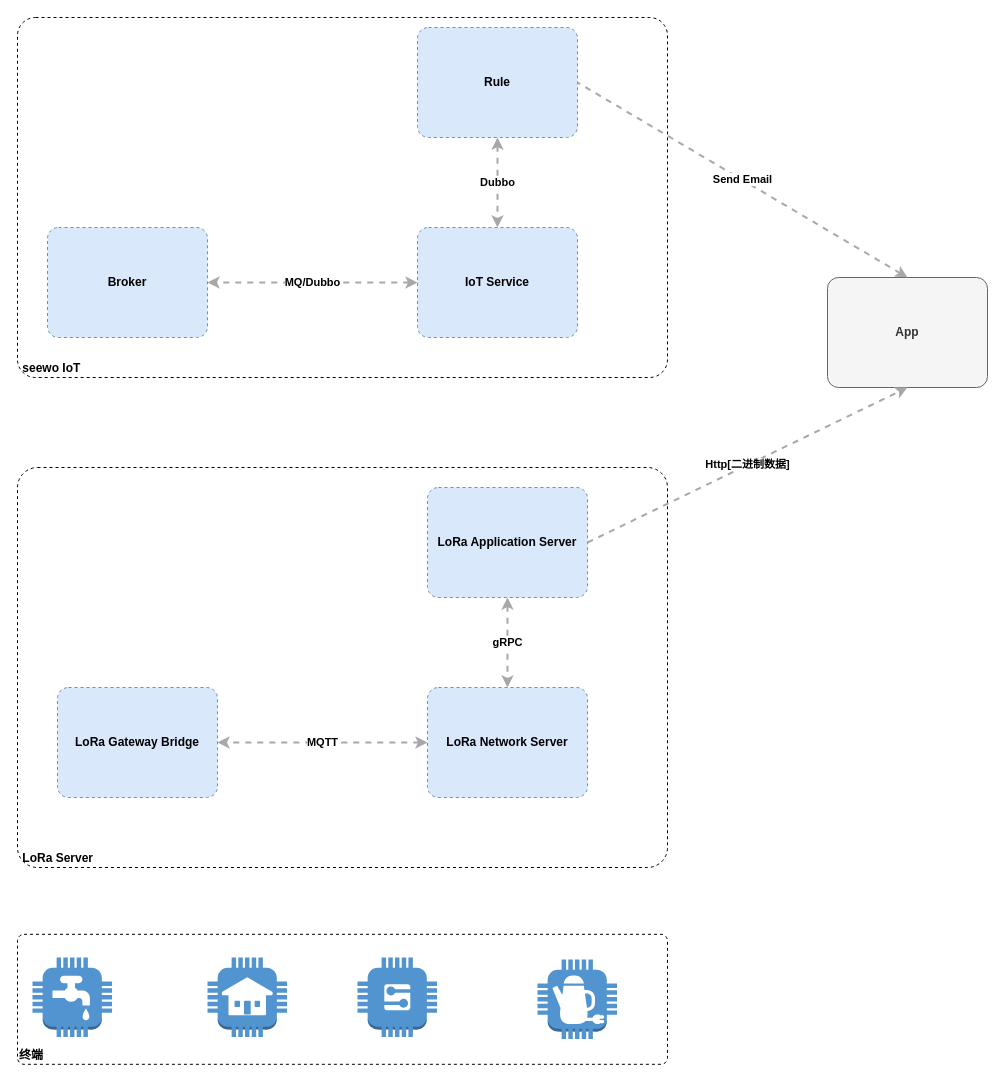
The draw.io diagram seewo/drawio/设备协议统一.drawio in yzzh9/yzzh9, before the edit. Source tidied: cells renumbered, new cells numbered last; positions are measured from the earlier drawing's top-left corner, leaving out a move shared by most shapes. Both pictures are drawn from the tidied source at 100%, with x=0, y=0 at pixel (17, 17).
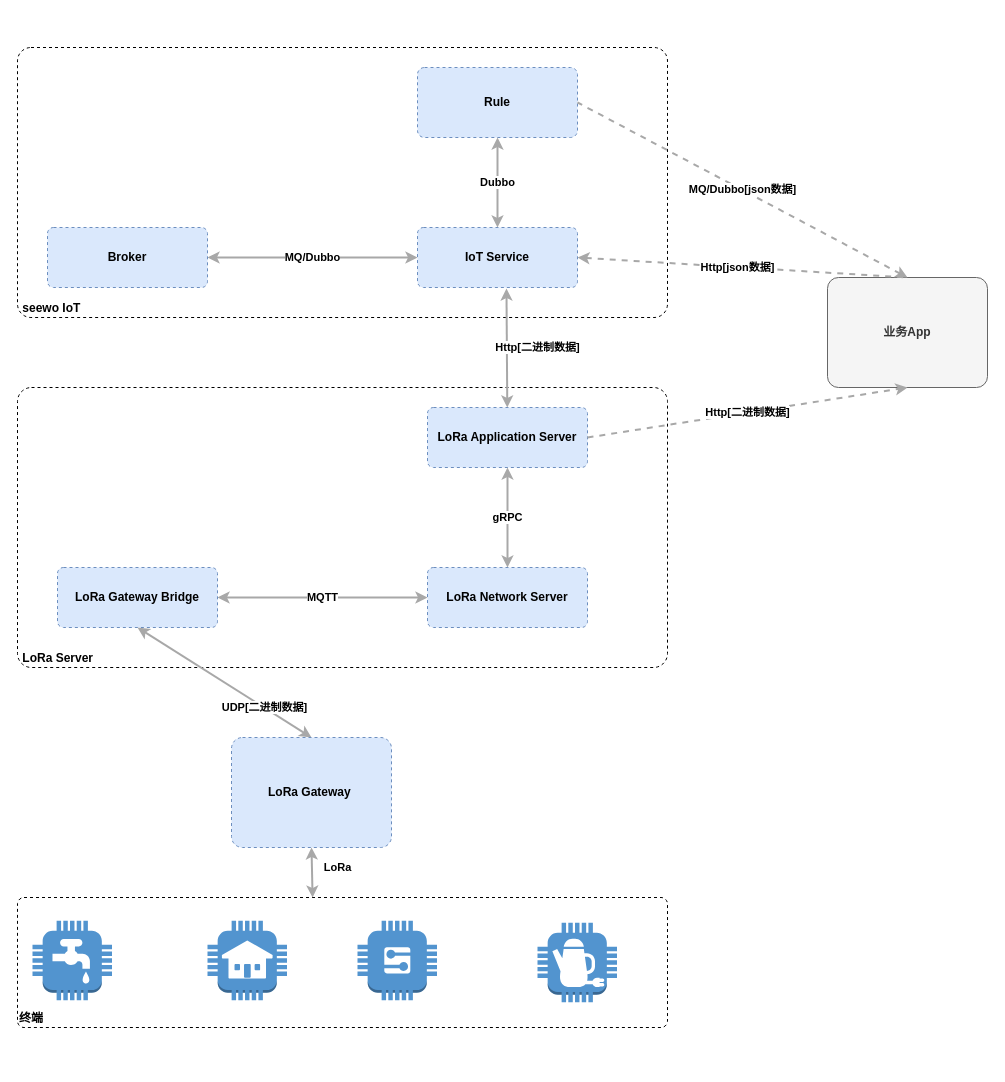
The same diagram, later.

Commit message (it also covers changes not shown here):
更新设备协议统一.drawio

What changed in the source:
```diff
@@
     <mxCell id="2" value="&lt;div style=&quot;text-align: left&quot;&gt;&lt;b style=&quot;text-align: center&quot;&gt;&amp;nbsp;LoRa Server&lt;/b&gt;&lt;br&gt;&lt;/div&gt;" style="rounded=1;whiteSpace=wrap;html=1;labelBackgroundColor=none;fillColor=#ffffff;fontColor=#000000;align=left;arcSize=5;strokeColor=#000000;verticalAlign=bottom;dashed=1;" parent="1" vertex="1">
-      <mxGeometry y="450" width="650" height="400" as="geometry" />
+      <mxGeometry y="370" width="650" height="280" as="geometry" />
     </mxCell>
     <mxCell id="3" value="&lt;b&gt;LoRa Application Server&lt;br&gt;&lt;/b&gt;" style="rounded=1;whiteSpace=wrap;html=1;labelBackgroundColor=none;fillColor=#dae8fc;fontColor=#000000;align=center;arcSize=10;strokeColor=#6c8ebf;points=[[0.25,0,0],[0.5,0,0],[0.75,0,0],[1,0.25,0],[1,0.5,0],[1,0.75,0],[0.75,1,0],[0.5,1,0],[0.25,1,0],[0,0.75,0],[0,0.5,0],[0,0.25,0]];dashed=1;" parent="1" vertex="1">
-      <mxGeometry x="410" y="470" width="160" height="110" as="geometry" />
+      <mxGeometry x="410" y="390" width="160" height="60" as="geometry" />
     </mxCell>
     <mxCell id="4" value="&lt;b&gt;LoRa Network Server&lt;/b&gt;" style="rounded=1;whiteSpace=wrap;html=1;labelBackgroundColor=none;fillColor=#dae8fc;fontColor=#000000;align=center;arcSize=10;strokeColor=#6c8ebf;points=[[0.25,0,0],[0.5,0,0],[0.75,0,0],[1,0.25,0],[1,0.5,0],[1,0.75,0],[0.75,1,0],[0.5,1,0],[0.25,1,0],[0,0.75,0],[0,0.5,0],[0,0.25,0]];dashed=1;" parent="1" vertex="1">
-      <mxGeometry x="410" y="670" width="160" height="110" as="geometry" />
+      <mxGeometry x="410" y="550" width="160" height="60" as="geometry" />
     </mxCell>
-    <mxCell id="5" value="&lt;b&gt;App&lt;/b&gt;" style="rounded=1;whiteSpace=wrap;html=1;labelBackgroundColor=none;fillColor=#f5f5f5;fontColor=#333333;align=center;arcSize=10;strokeColor=#666666;points=[[0.25,0,0],[0.5,0,0],[0.75,0,0],[1,0.25,0],[1,0.5,0],[1,0.75,0],[0.75,1,0],[0.5,1,0],[0.25,1,0],[0,0.75,0],[0,0.5,0],[0,0.25,0]];" parent="1" vertex="1">
+    <mxCell id="5" value="&lt;b&gt;业务App&lt;/b&gt;" style="rounded=1;whiteSpace=wrap;html=1;labelBackgroundColor=none;fillColor=#f5f5f5;fontColor=#333333;align=center;arcSize=10;strokeColor=#666666;points=[[0.25,0,0],[0.5,0,0],[0.75,0,0],[1,0.25,0],[1,0.5,0],[1,0.75,0],[0.75,1,0],[0.5,1,0],[0.25,1,0],[0,0.75,0],[0,0.5,0],[0,0.25,0]];" parent="1" vertex="1">
       <mxGeometry x="810" y="260" width="160" height="110" as="geometry" />
     </mxCell>
-    <mxCell id="6" value="&lt;div style=&quot;text-align: left&quot;&gt;&lt;div style=&quot;text-align: center&quot;&gt;&lt;b&gt;gRPC&lt;/b&gt;&lt;/div&gt;&lt;/div&gt;" style="edgeStyle=none;rounded=0;html=1;jettySize=auto;strokeColor=#A8A8A8;strokeWidth=2;fontColor=#000000;jumpStyle=none;dashed=1;exitX=0.5;exitY=1;exitDx=0;exitDy=0;exitPerimeter=0;startArrow=classic;startFill=1;" parent="1" edge="1" source="3" target="4">
+    <mxCell id="6" value="&lt;div style=&quot;text-align: left&quot;&gt;&lt;div style=&quot;text-align: center&quot;&gt;&lt;b&gt;gRPC&lt;/b&gt;&lt;/div&gt;&lt;/div&gt;" style="edgeStyle=none;rounded=0;html=1;jettySize=auto;strokeColor=#A8A8A8;strokeWidth=2;fontColor=#000000;jumpStyle=none;exitX=0.5;exitY=1;exitDx=0;exitDy=0;exitPerimeter=0;startArrow=classic;startFill=1;" parent="1" edge="1" source="3" target="4">
       <mxGeometry relative="1" as="geometry" />
     </mxCell>
-    <mxCell id="7" value="&lt;div style=&quot;text-align: left&quot;&gt;&lt;div style=&quot;text-align: center&quot;&gt;&lt;b&gt;MQTT&lt;/b&gt;&lt;/div&gt;&lt;/div&gt;" style="edgeStyle=none;rounded=0;html=1;jettySize=auto;strokeColor=#A8A8A8;strokeWidth=2;fontColor=#000000;jumpStyle=none;dashed=1;exitX=0;exitY=0.5;exitDx=0;exitDy=0;exitPerimeter=0;startArrow=classic;startFill=1;" parent="1" edge="1" source="4">
-      <mxGeometry relative="1" as="geometry">
-        <mxPoint x="200" y="725" as="targetPoint" />
-      </mxGeometry>
+    <mxCell id="7" value="&lt;div style=&quot;text-align: left&quot;&gt;&lt;div style=&quot;text-align: center&quot;&gt;&lt;b&gt;MQTT&lt;/b&gt;&lt;/div&gt;&lt;/div&gt;" style="edgeStyle=none;rounded=0;html=1;jettySize=auto;strokeColor=#A8A8A8;strokeWidth=2;fontColor=#000000;jumpStyle=none;exitX=0;exitY=0.5;exitDx=0;exitDy=0;exitPerimeter=0;startArrow=classic;startFill=1;entryX=1;entryY=0.5;entryDx=0;entryDy=0;entryPerimeter=0;" parent="1" edge="1" source="4" target="14">
+      <mxGeometry relative="1" as="geometry" />
     </mxCell>
@@
     <mxCell id="9" value="&lt;div style=&quot;text-align: left&quot;&gt;&lt;b style=&quot;text-align: center&quot;&gt;终端&lt;/b&gt;&lt;br&gt;&lt;/div&gt;" style="rounded=1;whiteSpace=wrap;html=1;labelBackgroundColor=none;fillColor=#ffffff;fontColor=#000000;align=left;arcSize=5;strokeColor=#000000;verticalAlign=bottom;points=[[0.25,0,0],[0.5,0,0],[0.75,0,0],[1,0.25,0],[1,0.5,0],[1,0.75,0],[0.75,1,0],[0.5,1,0],[0.25,1,0],[0,0.75,0],[0,0.5,0],[0,0.25,0]];dashed=1;" parent="1" vertex="1">
-      <mxGeometry y="916.8" width="650" height="130" as="geometry" />
+      <mxGeometry y="880" width="650" height="130" as="geometry" />
     </mxCell>
     <mxCell id="10" style="dashed=0;verticalLabelPosition=bottom;verticalAlign=top;align=center;html=1;shape=mxgraph.aws3.utility;fillColor=#5294CF;gradientColor=none;" parent="1" vertex="1">
-      <mxGeometry x="15" y="940" width="79.5" height="79.5" as="geometry" />
+      <mxGeometry x="15" y="903.2" width="79.5" height="79.5" as="geometry" />
     </mxCell>
     <mxCell id="11" style="dashed=0;verticalLabelPosition=bottom;verticalAlign=top;align=center;html=1;shape=mxgraph.aws3.house;fillColor=#5294CF;gradientColor=none;" parent="1" vertex="1">
-      <mxGeometry x="190" y="940" width="79.5" height="79.5" as="geometry" />
+      <mxGeometry x="190" y="903.2" width="79.5" height="79.5" as="geometry" />
     </mxCell>
     <mxCell id="12" style="dashed=0;verticalLabelPosition=bottom;verticalAlign=top;align=center;html=1;shape=mxgraph.aws3.generic;fillColor=#5294CF;gradientColor=none;" parent="1" vertex="1">
-      <mxGeometry x="340" y="940" width="79.5" height="79.5" as="geometry" />
+      <mxGeometry x="340" y="903.2" width="79.5" height="79.5" as="geometry" />
     </mxCell>
     <mxCell id="13" style="dashed=0;verticalLabelPosition=bottom;verticalAlign=top;align=center;html=1;shape=mxgraph.aws3.coffee_pot;fillColor=#5294CF;gradientColor=none;" parent="1" vertex="1">
-      <mxGeometry x="520" y="942" width="79.5" height="79.5" as="geometry" />
+      <mxGeometry x="520" y="905.2" width="79.5" height="79.5" as="geometry" />
     </mxCell>
     <mxCell id="14" value="&lt;b&gt;LoRa Gateway Bridge&lt;/b&gt;" style="rounded=1;whiteSpace=wrap;html=1;labelBackgroundColor=none;fillColor=#dae8fc;fontColor=#000000;align=center;arcSize=10;strokeColor=#6c8ebf;points=[[0.25,0,0],[0.5,0,0],[0.75,0,0],[1,0.25,0],[1,0.5,0],[1,0.75,0],[0.75,1,0],[0.5,1,0],[0.25,1,0],[0,0.75,0],[0,0.5,0],[0,0.25,0]];dashed=1;" parent="1" vertex="1">
-      <mxGeometry x="40" y="670" width="160" height="110" as="geometry" />
+      <mxGeometry x="40" y="550" width="160" height="60" as="geometry" />
     </mxCell>
     <mxCell id="15" value="&lt;div style=&quot;text-align: left&quot;&gt;&lt;b style=&quot;text-align: center&quot;&gt;&amp;nbsp;seewo IoT&lt;/b&gt;&lt;br&gt;&lt;/div&gt;" style="rounded=1;whiteSpace=wrap;html=1;labelBackgroundColor=none;fillColor=#ffffff;fontColor=#000000;align=left;arcSize=5;strokeColor=#000000;verticalAlign=bottom;dashed=1;" parent="1" vertex="1">
-      <mxGeometry width="650" height="360" as="geometry" />
+      <mxGeometry y="30" width="650" height="270" as="geometry" />
     </mxCell>
     <mxCell id="16" value="&lt;b&gt;Rule&lt;br&gt;&lt;/b&gt;" style="rounded=1;whiteSpace=wrap;html=1;labelBackgroundColor=none;fillColor=#dae8fc;fontColor=#000000;align=center;arcSize=10;strokeColor=#6c8ebf;points=[[0.25,0,0],[0.5,0,0],[0.75,0,0],[1,0.25,0],[1,0.5,0],[1,0.75,0],[0.75,1,0],[0.5,1,0],[0.25,1,0],[0,0.75,0],[0,0.5,0],[0,0.25,0]];dashed=1;" parent="1" vertex="1">
-      <mxGeometry x="400" y="10" width="160" height="110" as="geometry" />
+      <mxGeometry x="400" y="50" width="160" height="70" as="geometry" />
     </mxCell>
     <mxCell id="17" value="&lt;b&gt;IoT Service&lt;/b&gt;" style="rounded=1;whiteSpace=wrap;html=1;labelBackgroundColor=none;fillColor=#dae8fc;fontColor=#000000;align=center;arcSize=10;strokeColor=#6c8ebf;points=[[0.25,0,0],[0.5,0,0],[0.75,0,0],[1,0.25,0],[1,0.5,0],[1,0.75,0],[0.75,1,0],[0.5,1,0],[0.25,1,0],[0,0.75,0],[0,0.5,0],[0,0.25,0]];dashed=1;" parent="1" vertex="1">
-      <mxGeometry x="400" y="210" width="160" height="110" as="geometry" />
+      <mxGeometry x="400" y="210" width="160" height="60" as="geometry" />
     </mxCell>
-    <mxCell id="18" value="&lt;div style=&quot;text-align: left&quot;&gt;&lt;div style=&quot;text-align: center&quot;&gt;&lt;b&gt;Dubbo&lt;/b&gt;&lt;/div&gt;&lt;/div&gt;" style="edgeStyle=none;rounded=0;html=1;jettySize=auto;strokeColor=#A8A8A8;strokeWidth=2;fontColor=#000000;jumpStyle=none;dashed=1;exitX=0.5;exitY=1;exitDx=0;exitDy=0;exitPerimeter=0;startArrow=classic;startFill=1;" parent="1" edge="1" source="16" target="17">
+    <mxCell id="18" value="&lt;div style=&quot;text-align: left&quot;&gt;&lt;div style=&quot;text-align: center&quot;&gt;&lt;b&gt;Dubbo&lt;/b&gt;&lt;/div&gt;&lt;/div&gt;" style="edgeStyle=none;rounded=0;html=1;jettySize=auto;strokeColor=#A8A8A8;strokeWidth=2;fontColor=#000000;jumpStyle=none;exitX=0.5;exitY=1;exitDx=0;exitDy=0;exitPerimeter=0;startArrow=classic;startFill=1;" parent="1" edge="1" source="16" target="17">
       <mxGeometry relative="1" as="geometry" />
     </mxCell>
-    <mxCell id="19" value="&lt;div style=&quot;text-align: left&quot;&gt;&lt;div style=&quot;text-align: center&quot;&gt;&lt;b&gt;MQ/Dubbo&lt;/b&gt;&lt;/div&gt;&lt;/div&gt;" style="edgeStyle=none;rounded=0;html=1;jettySize=auto;strokeColor=#A8A8A8;strokeWidth=2;fontColor=#000000;jumpStyle=none;dashed=1;exitX=0;exitY=0.5;exitDx=0;exitDy=0;exitPerimeter=0;startArrow=classic;startFill=1;" parent="1" edge="1" source="17">
-      <mxGeometry relative="1" as="geometry">
-        <mxPoint x="190" y="265" as="targetPoint" />
-      </mxGeometry>
+    <mxCell id="19" value="&lt;div style=&quot;text-align: left&quot;&gt;&lt;div style=&quot;text-align: center&quot;&gt;&lt;b&gt;MQ/Dubbo&lt;/b&gt;&lt;/div&gt;&lt;/div&gt;" style="edgeStyle=none;rounded=0;html=1;jettySize=auto;strokeColor=#A8A8A8;strokeWidth=2;fontColor=#000000;jumpStyle=none;exitX=0;exitY=0.5;exitDx=0;exitDy=0;exitPerimeter=0;startArrow=classic;startFill=1;entryX=1;entryY=0.5;entryDx=0;entryDy=0;entryPerimeter=0;" parent="1" edge="1" source="17" target="20">
+      <mxGeometry relative="1" as="geometry" />
     </mxCell>
     <mxCell id="20" value="&lt;b&gt;Broker&lt;/b&gt;" style="rounded=1;whiteSpace=wrap;html=1;labelBackgroundColor=none;fillColor=#dae8fc;fontColor=#000000;align=center;arcSize=10;strokeColor=#6c8ebf;points=[[0.25,0,0],[0.5,0,0],[0.75,0,0],[1,0.25,0],[1,0.5,0],[1,0.75,0],[0.75,1,0],[0.5,1,0],[0.25,1,0],[0,0.75,0],[0,0.5,0],[0,0.25,0]];dashed=1;" parent="1" vertex="1">
-      <mxGeometry x="30" y="210" width="160" height="110" as="geometry" />
+      <mxGeometry x="30" y="210" width="160" height="60" as="geometry" />
     </mxCell>
-    <mxCell id="21" value="&lt;div style=&quot;text-align: left&quot;&gt;&lt;div style=&quot;text-align: center&quot;&gt;&lt;b&gt;Send Email&lt;/b&gt;&lt;/div&gt;&lt;/div&gt;" style="edgeStyle=none;rounded=0;html=1;jettySize=auto;strokeColor=#A8A8A8;strokeWidth=2;fontColor=#000000;jumpStyle=none;dashed=1;exitX=0.5;exitY=0;exitDx=0;exitDy=0;exitPerimeter=0;entryX=1;entryY=0.5;entryDx=0;entryDy=0;entryPerimeter=0;startArrow=classic;startFill=1;endArrow=none;endFill=0;" parent="1" edge="1" source="5" target="16">
+    <mxCell id="21" value="&lt;div style=&quot;text-align: left&quot;&gt;&lt;div style=&quot;text-align: center&quot;&gt;&lt;b&gt;MQ/Dubbo[json数据]&lt;/b&gt;&lt;/div&gt;&lt;/div&gt;" style="edgeStyle=none;rounded=0;html=1;jettySize=auto;strokeColor=#A8A8A8;strokeWidth=2;fontColor=#000000;jumpStyle=none;dashed=1;exitX=0.5;exitY=0;exitDx=0;exitDy=0;exitPerimeter=0;entryX=1;entryY=0.5;entryDx=0;entryDy=0;entryPerimeter=0;startArrow=classic;startFill=1;endArrow=none;endFill=0;" parent="1" edge="1" source="5" target="16">
       <mxGeometry relative="1" as="geometry" />
     </mxCell>
+    <mxCell id="22" value="&lt;div style=&quot;text-align: left&quot;&gt;&lt;div style=&quot;text-align: center&quot;&gt;&lt;b&gt;UDP[二进制数据]&lt;/b&gt;&lt;/div&gt;&lt;/div&gt;" style="edgeStyle=none;rounded=0;html=1;jettySize=auto;strokeColor=#A8A8A8;strokeWidth=2;fontColor=#000000;jumpStyle=none;startArrow=classic;startFill=1;exitX=0.5;exitY=1;exitDx=0;exitDy=0;exitPerimeter=0;entryX=0.5;entryY=0;entryDx=0;entryDy=0;entryPerimeter=0;" parent="1" edge="1" source="14" target="23">
+      <mxGeometry x="0.46" relative="1" as="geometry" />
+    </mxCell>
+    <mxCell id="23" value="&lt;b&gt;LoRa Gateway&amp;nbsp;&lt;/b&gt;" style="rounded=1;whiteSpace=wrap;html=1;labelBackgroundColor=none;fillColor=#dae8fc;fontColor=#000000;align=center;arcSize=10;strokeColor=#6c8ebf;points=[[0.25,0,0],[0.5,0,0],[0.75,0,0],[1,0.25,0],[1,0.5,0],[1,0.75,0],[0.75,1,0],[0.5,1,0],[0.25,1,0],[0,0.75,0],[0,0.5,0],[0,0.25,0]];dashed=1;" parent="1" vertex="1">
+      <mxGeometry x="214" y="720" width="160" height="110" as="geometry" />
+    </mxCell>
+    <mxCell id="24" value="&lt;div style=&quot;text-align: left&quot;&gt;&lt;div style=&quot;text-align: center&quot;&gt;&lt;b&gt;LoRa&lt;/b&gt;&lt;/div&gt;&lt;/div&gt;" style="edgeStyle=none;rounded=0;html=1;jettySize=auto;strokeColor=#A8A8A8;strokeWidth=2;fontColor=#000000;jumpStyle=none;startArrow=classic;startFill=1;exitX=0.5;exitY=1;exitDx=0;exitDy=0;exitPerimeter=0;entryX=0.454;entryY=0;entryDx=0;entryDy=0;entryPerimeter=0;" parent="1" edge="1" source="23" target="9">
+      <mxGeometry x="-0.18" y="26" relative="1" as="geometry" />
+    </mxCell>
+    <mxCell id="25" value="&lt;div style=&quot;text-align: left&quot;&gt;&lt;div style=&quot;text-align: center&quot;&gt;&lt;b&gt;Http[二进制数据]&lt;/b&gt;&lt;/div&gt;&lt;/div&gt;" style="edgeStyle=none;rounded=0;html=1;jettySize=auto;strokeColor=#A8A8A8;strokeWidth=2;fontColor=#000000;jumpStyle=none;startArrow=classic;startFill=1;exitX=0.556;exitY=1.017;exitDx=0;exitDy=0;exitPerimeter=0;endArrow=classic;endFill=1;" parent="1" edge="1" source="17" target="3">
+      <mxGeometry x="-0.01" y="31" relative="1" as="geometry" />
+    </mxCell>
+    <mxCell id="26" value="&lt;div style=&quot;text-align: left&quot;&gt;&lt;div style=&quot;text-align: center&quot;&gt;&lt;b&gt;Http[json数据]&lt;/b&gt;&lt;/div&gt;&lt;/div&gt;" style="edgeStyle=none;rounded=0;html=1;jettySize=auto;strokeColor=#A8A8A8;strokeWidth=2;fontColor=#000000;jumpStyle=none;startArrow=classic;startFill=1;exitX=1;exitY=0.5;exitDx=0;exitDy=0;exitPerimeter=0;endArrow=none;endFill=0;entryX=0.5;entryY=0;entryDx=0;entryDy=0;entryPerimeter=0;dashed=1;" parent="1" edge="1" source="17" target="5">
+      <mxGeometry x="-0.03" relative="1" as="geometry" />
+    </mxCell>
```
